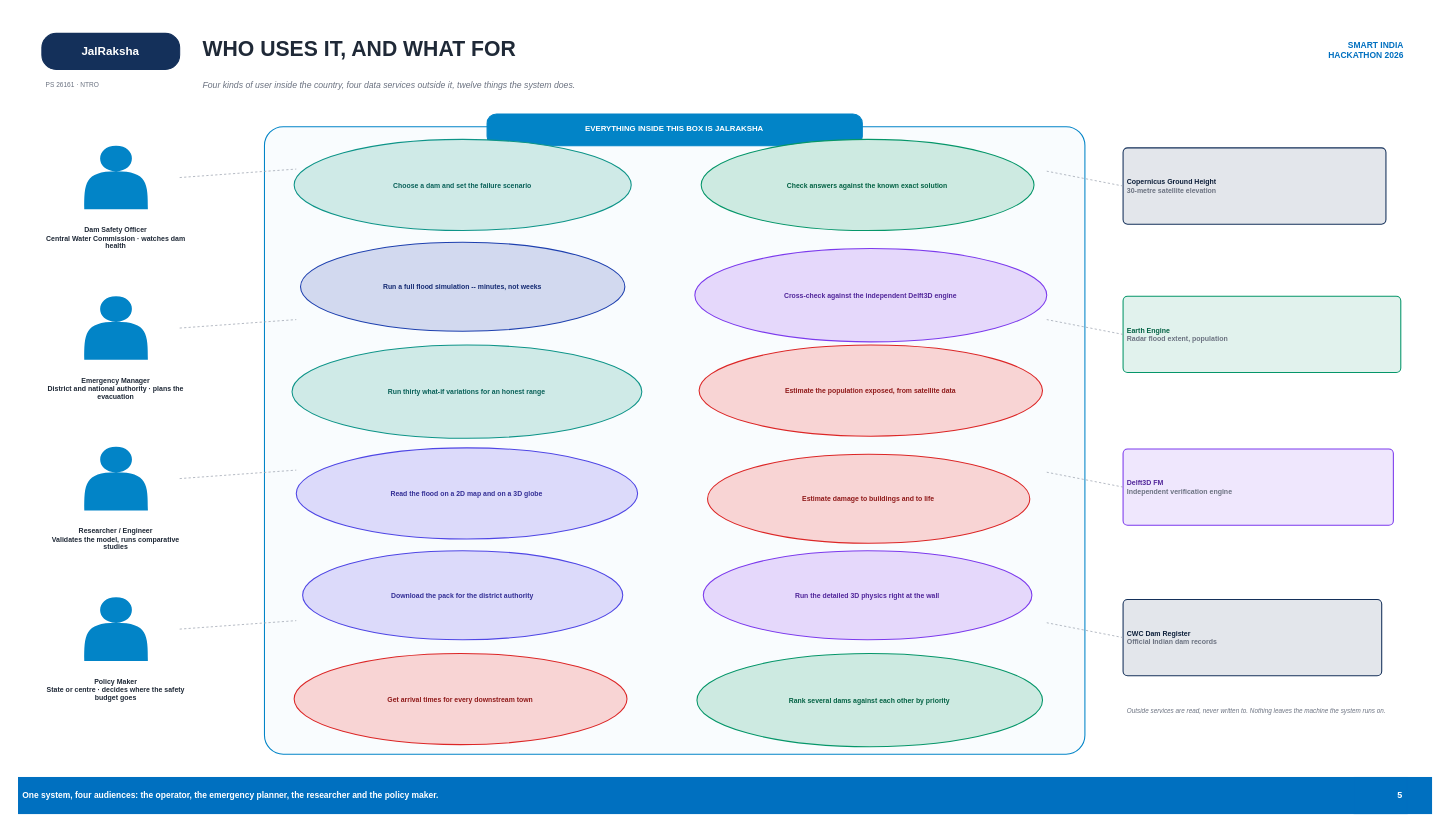
The draw.io diagram page "5. Use Case" (5 of 10) of FloodView_Architecture_Diagrams.drawio in SatyajeetChavan30/SIH-prototype, before the edit. Source tidied: cells renumbered, new cells numbered last; positions are measured from the earlier drawing's top-left corner, leaving out a move shared by most shapes. Both pictures are drawn from the tidied source at 106%, with x=0, y=0 at pixel (18, 18).
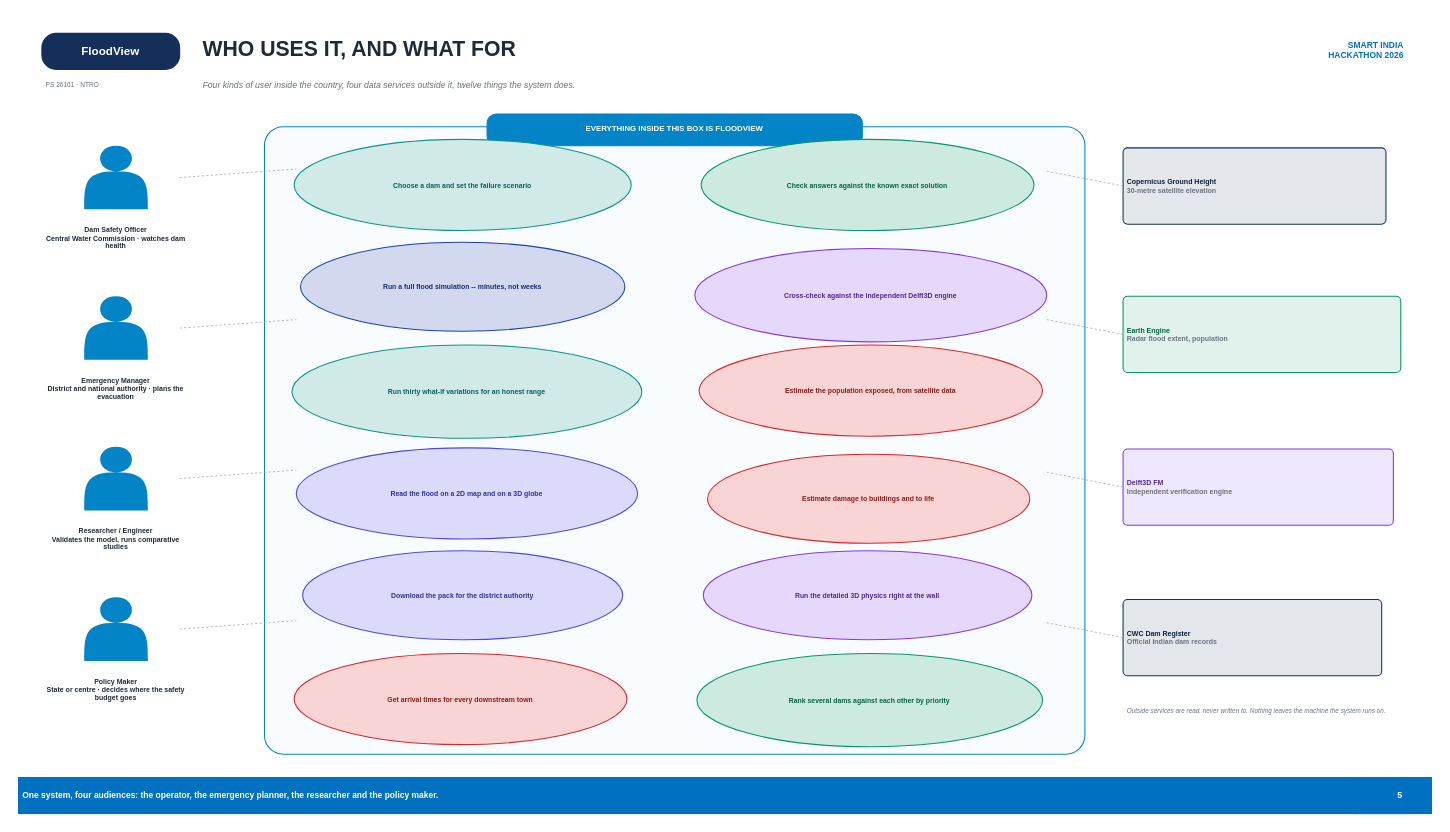
After the change.

Diff of the diagram source:
```diff
@@
-    <mxCell id="3" value="JalRaksha" style="rounded=1;whiteSpace=wrap;html=1;fillColor=#14305A;strokeColor=#14305A;fontColor=#FFFFFF;fontSize=11;fontStyle=1;align=center;verticalAlign=middle;arcSize=40;spacing=4;" parent="1" vertex="1">
+    <mxCell id="3" value="FloodView" style="rounded=1;whiteSpace=wrap;html=1;fillColor=#14305A;strokeColor=#14305A;fontColor=#FFFFFF;fontSize=11;fontStyle=1;align=center;verticalAlign=middle;arcSize=40;spacing=4;" parent="1" vertex="1">
       <mxGeometry x="22" y="14" width="130" height="34" as="geometry" />
     </mxCell>
@@
-    <mxCell id="19" value="EVERYTHING INSIDE THIS BOX IS JALRAKSHA" style="rounded=1;whiteSpace=wrap;html=1;fillColor=#0284C7;strokeColor=#0284C7;fontColor=#FFFFFF;fontSize=7.4;fontStyle=1;align=center;verticalAlign=middle;arcSize=30;spacing=4;" parent="1" vertex="1">
+    <mxCell id="19" value="EVERYTHING INSIDE THIS BOX IS FLOODVIEW" style="rounded=1;whiteSpace=wrap;html=1;fillColor=#0284C7;strokeColor=#0284C7;fontColor=#FFFFFF;fontSize=7.4;fontStyle=1;align=center;verticalAlign=middle;arcSize=30;spacing=4;" parent="1" vertex="1">
       <mxGeometry x="442" y="90" width="354" height="30" as="geometry" />
     </mxCell>
```
